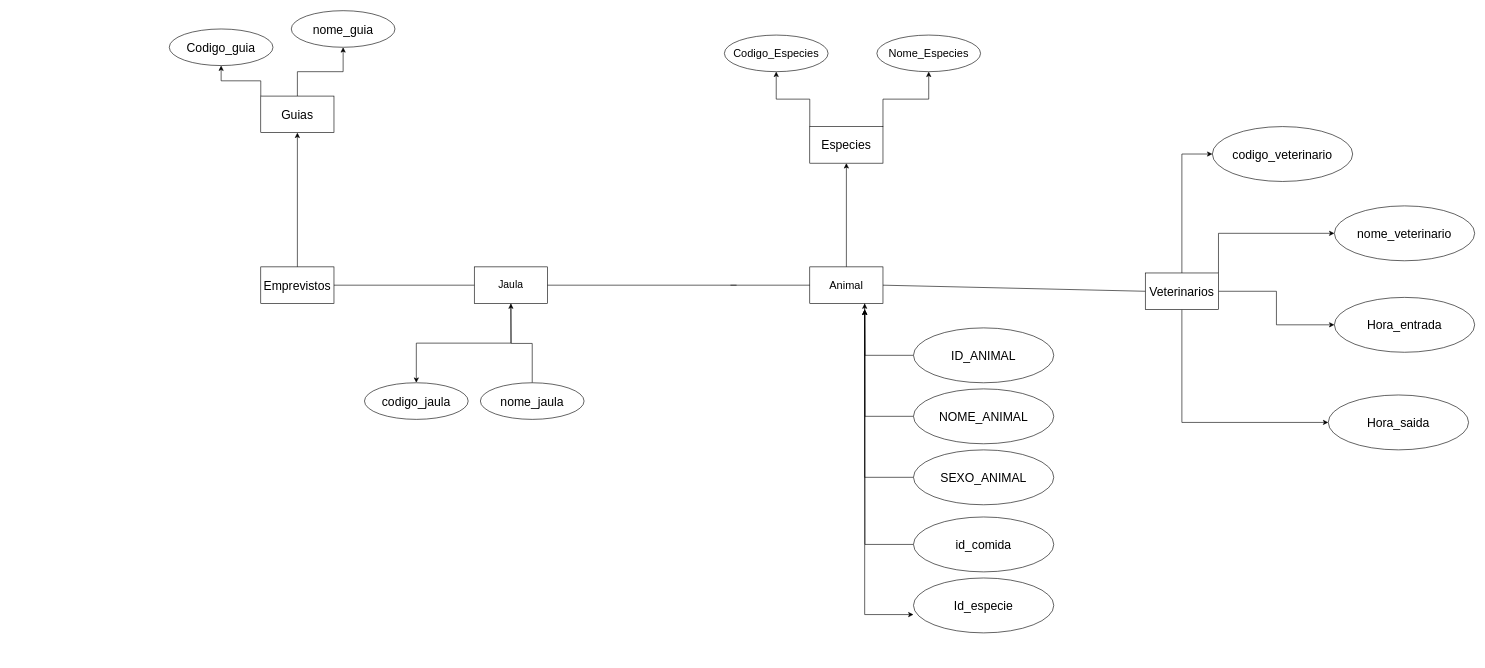
Above: ENIAC-Portifolio.drawio in KaH3050/projeto-faculdade (draw.io), before the change. Source tidied: cells renumbered, new cells numbered last; positions are measured from the earlier drawing's top-left corner, leaving out a move shared by most shapes. Both pictures are drawn from the tidied source at 61%, with x=0, y=0 at pixel (169, 10).
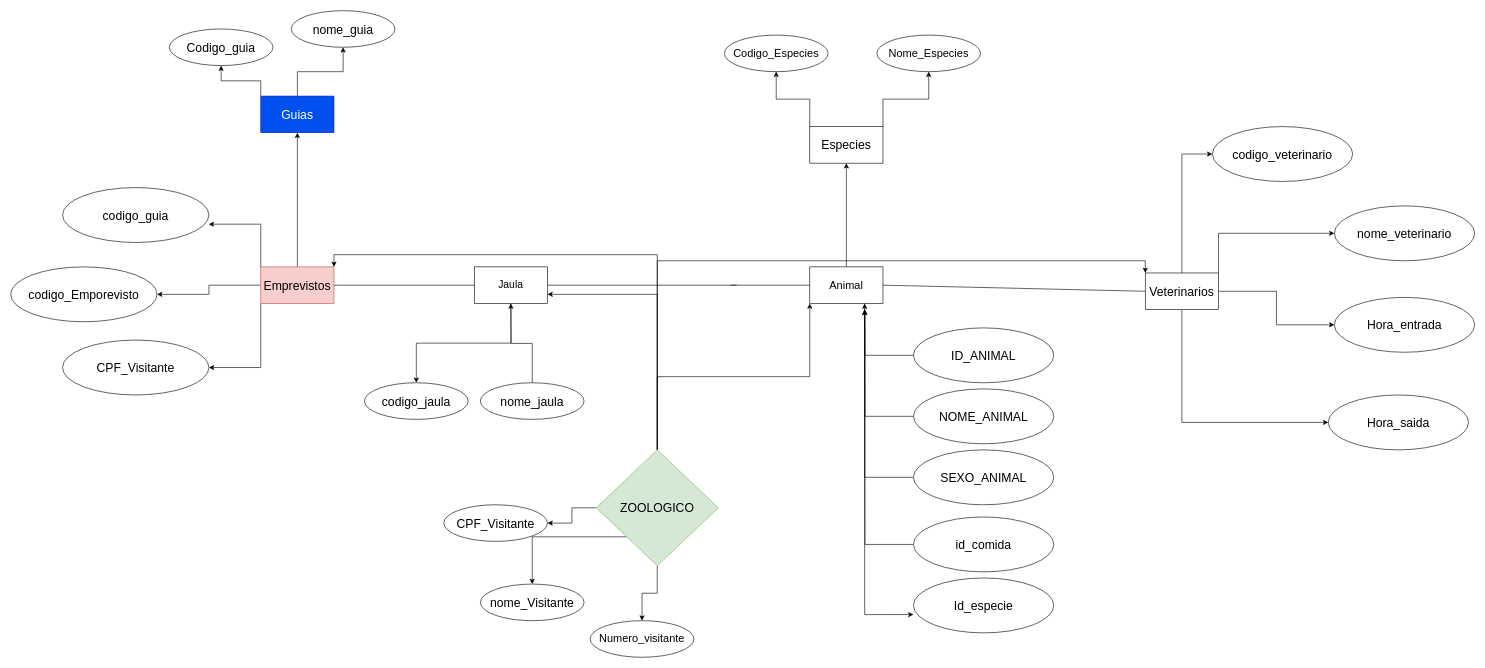
The same page after the edit.

The change refers to these unchanged cells:
```xml
<mxCell id="5" value="&lt;span style=&quot;font-size: 17px;&quot;&gt;Jaula&lt;/span&gt;" style="whiteSpace=wrap;html=1;" parent="1" vertex="1">
  <mxGeometry x="500" y="420" width="120" height="60" as="geometry" />
</mxCell>
<mxCell id="7" value="&lt;span style=&quot;font-size: 18px;&quot;&gt;Animal&lt;/span&gt;" style="whiteSpace=wrap;html=1;" parent="1" vertex="1">
  <mxGeometry x="1050" y="420" width="120" height="60" as="geometry" />
</mxCell>
<mxCell id="38" value="&lt;font style=&quot;font-size: 20px;&quot;&gt;Veterinarios&lt;/font&gt;" style="whiteSpace=wrap;html=1;" parent="1" vertex="1">
  <mxGeometry x="1600" y="430" width="120" height="60" as="geometry" />
</mxCell>
```

The edit, as a diff of the source:
```diff
@@
+    <mxCell id="44" style="edgeStyle=orthogonalEdgeStyle;rounded=0;jettySize=auto;html=1;exitX=0;exitY=0.5;exitDx=0;exitDy=0;entryX=1;entryY=0.5;entryDx=0;entryDy=0;" parent="1" edge="1" source="3" target="46">
+      <mxGeometry relative="1" as="geometry" />
+    </mxCell>
+    <mxCell id="45" style="edgeStyle=orthogonalEdgeStyle;rounded=0;jettySize=auto;html=1;exitX=0;exitY=1;exitDx=0;exitDy=0;entryX=1;entryY=0.5;entryDx=0;entryDy=0;" parent="1" edge="1" source="3" target="47">
+      <mxGeometry relative="1" as="geometry" />
+    </mxCell>
-    <mxCell id="3" value="&lt;font style=&quot;font-size: 20px;&quot;&gt;Emprevistos&lt;/font&gt;" style="whiteSpace=wrap;html=1;" parent="1" vertex="1">
+    <mxCell id="3" value="&lt;font style=&quot;font-size: 20px;&quot;&gt;Emprevistos&lt;/font&gt;" style="whiteSpace=wrap;html=1;fillColor=#f8cecc;strokeColor=#b85450;" parent="1" vertex="1">
       <mxGeometry x="150" y="420" width="120" height="60" as="geometry" />
     </mxCell>
@@
-    <mxCell id="26" value="&lt;font style=&quot;font-size: 20px;&quot;&gt;Guias&lt;/font&gt;" style="whiteSpace=wrap;html=1;" parent="1" vertex="1">
+    <mxCell id="26" value="&lt;font style=&quot;font-size: 20px;&quot;&gt;Guias&lt;/font&gt;" style="whiteSpace=wrap;html=1;fillColor=#0050ef;fontColor=#ffffff;strokeColor=#001DBC;" parent="1" vertex="1">
       <mxGeometry x="150" y="140" width="120" height="60" as="geometry" />
     </mxCell>
@@
+    <mxCell id="46" value="&lt;font style=&quot;font-size: 20px;&quot;&gt;codigo_Emporevisto&lt;/font&gt;" style="ellipse;whiteSpace=wrap;html=1;" parent="1" vertex="1">
+      <mxGeometry x="-260" y="420" width="240" height="90" as="geometry" />
+    </mxCell>
+    <mxCell id="47" value="&lt;span style=&quot;font-size: 20px;&quot;&gt;CPF_Visitante&lt;/span&gt;" style="ellipse;whiteSpace=wrap;html=1;" parent="1" vertex="1">
+      <mxGeometry x="-175" y="540" width="240" height="90" as="geometry" />
+    </mxCell>
+    <mxCell id="48" value="&lt;font style=&quot;font-size: 20px;&quot;&gt;codigo_guia&lt;/font&gt;" style="ellipse;whiteSpace=wrap;html=1;" parent="1" vertex="1">
+      <mxGeometry x="-175" y="290" width="240" height="90" as="geometry" />
+    </mxCell>
+    <mxCell id="49" style="edgeStyle=orthogonalEdgeStyle;rounded=0;jettySize=auto;html=1;exitX=0;exitY=0;exitDx=0;exitDy=0;entryX=0.999;entryY=0.667;entryDx=0;entryDy=0;entryPerimeter=0;" parent="1" edge="1" source="3" target="48">
+      <mxGeometry relative="1" as="geometry" />
+    </mxCell>
+    <mxCell id="50" style="edgeStyle=orthogonalEdgeStyle;rounded=0;jettySize=auto;html=1;exitX=0.5;exitY=0;exitDx=0;exitDy=0;entryX=0;entryY=1;entryDx=0;entryDy=0;" parent="1" edge="1" source="57" target="7">
+      <mxGeometry relative="1" as="geometry" />
+    </mxCell>
+    <mxCell id="51" style="edgeStyle=orthogonalEdgeStyle;rounded=0;jettySize=auto;html=1;exitX=0.5;exitY=0;exitDx=0;exitDy=0;entryX=1;entryY=0.75;entryDx=0;entryDy=0;" parent="1" edge="1" source="57" target="5">
+      <mxGeometry relative="1" as="geometry" />
+    </mxCell>
+    <mxCell id="52" style="edgeStyle=orthogonalEdgeStyle;rounded=0;jettySize=auto;html=1;exitX=0.5;exitY=0;exitDx=0;exitDy=0;entryX=1;entryY=0;entryDx=0;entryDy=0;" parent="1" edge="1" source="57" target="3">
+      <mxGeometry relative="1" as="geometry" />
+    </mxCell>
+    <mxCell id="53" style="edgeStyle=orthogonalEdgeStyle;rounded=0;jettySize=auto;html=1;exitX=0.5;exitY=0;exitDx=0;exitDy=0;entryX=0;entryY=0;entryDx=0;entryDy=0;" parent="1" edge="1" source="57" target="38">
+      <mxGeometry relative="1" as="geometry" />
+    </mxCell>
+    <mxCell id="54" style="edgeStyle=orthogonalEdgeStyle;rounded=0;jettySize=auto;html=1;exitX=0;exitY=0.5;exitDx=0;exitDy=0;entryX=1;entryY=0.5;entryDx=0;entryDy=0;" parent="1" edge="1" source="57" target="58">
+      <mxGeometry relative="1" as="geometry" />
+    </mxCell>
+    <mxCell id="55" style="edgeStyle=orthogonalEdgeStyle;rounded=0;jettySize=auto;html=1;exitX=0;exitY=1;exitDx=0;exitDy=0;" parent="1" edge="1" source="57" target="59">
+      <mxGeometry relative="1" as="geometry" />
+    </mxCell>
+    <mxCell id="56" style="edgeStyle=orthogonalEdgeStyle;rounded=0;jettySize=auto;html=1;exitX=0.5;exitY=1;exitDx=0;exitDy=0;" parent="1" edge="1" source="57" target="60">
+      <mxGeometry relative="1" as="geometry" />
+    </mxCell>
+    <mxCell id="57" value="&lt;font style=&quot;font-size: 20px;&quot;&gt;ZOOLOGICO&lt;/font&gt;" style="rhombus;whiteSpace=wrap;html=1;fillColor=#d5e8d4;strokeColor=#82b366;" parent="1" vertex="1">
+      <mxGeometry x="700" y="720" width="200" height="190" as="geometry" />
+    </mxCell>
+    <mxCell id="58" value="&lt;span style=&quot;font-size: 20px;&quot;&gt;CPF_Visitante&lt;/span&gt;" style="ellipse;whiteSpace=wrap;html=1;" parent="1" vertex="1">
+      <mxGeometry x="450" y="810" width="170" height="60" as="geometry" />
+    </mxCell>
+    <mxCell id="59" value="&lt;font style=&quot;font-size: 20px;&quot;&gt;nome_Visitante&lt;/font&gt;" style="ellipse;whiteSpace=wrap;html=1;" parent="1" vertex="1">
+      <mxGeometry x="510" y="940" width="170" height="60" as="geometry" />
+    </mxCell>
+    <mxCell id="60" value="&lt;font style=&quot;font-size: 18px;&quot;&gt;Numero_visitante&lt;/font&gt;" style="ellipse;whiteSpace=wrap;html=1;" parent="1" vertex="1">
+      <mxGeometry x="690" y="1000" width="170" height="60" as="geometry" />
+    </mxCell>
```
